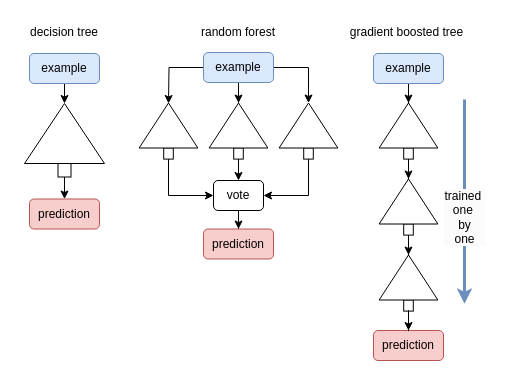
Before: decision-tree.drawio in Zhang-Liao/draw-io, a draw.io diagram. Source tidied: cells renumbered, new cells numbered last; positions are measured from the earlier drawing's top-left corner, leaving out a move shared by most shapes. Both pictures are drawn from the tidied source at 100%, with x=0, y=0 at pixel (17, 17).
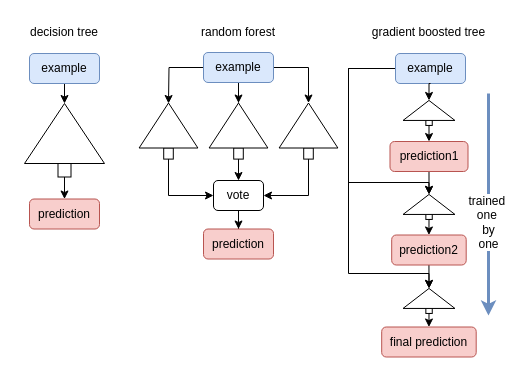
The same diagram, later.

The edit, as a diff of the source:
```diff
@@
-    <mxCell id="14" style="group;" parent="1" vertex="1">
-      <mxGeometry x="361" y="86" width="60" height="55.5" as="geometry" />
-    </mxCell>
-    <mxCell id="15" style="rounded=0;whiteSpace=wrap;html=1;rotation=90;" parent="14" vertex="1">
-      <mxGeometry x="24.4" y="45.2" width="11.2" height="9.6" as="geometry" />
-    </mxCell>
-    <mxCell id="16" style="triangle;whiteSpace=wrap;html=1;rotation=-90;" parent="14" vertex="1">
-      <mxGeometry x="7.5" y="-7.4" width="45" height="58.8" as="geometry" />
-    </mxCell>
-    <mxCell id="17" style="group;" parent="1" vertex="1">
-      <mxGeometry x="361" y="162" width="60" height="55.5" as="geometry" />
-    </mxCell>
-    <mxCell id="18" style="rounded=0;whiteSpace=wrap;html=1;rotation=90;" parent="17" vertex="1">
-      <mxGeometry x="24.4" y="45.2" width="11.2" height="9.6" as="geometry" />
-    </mxCell>
-    <mxCell id="19" style="triangle;whiteSpace=wrap;html=1;rotation=-90;" parent="17" vertex="1">
-      <mxGeometry x="7.5" y="-7.4" width="45" height="58.8" as="geometry" />
-    </mxCell>
-    <mxCell id="20" style="group;" parent="1" vertex="1">
-      <mxGeometry x="361" y="238" width="60" height="55.5" as="geometry" />
-    </mxCell>
-    <mxCell id="21" style="rounded=0;whiteSpace=wrap;html=1;rotation=90;" parent="20" vertex="1">
-      <mxGeometry x="24.4" y="45.2" width="11.2" height="9.6" as="geometry" />
-    </mxCell>
-    <mxCell id="22" style="triangle;whiteSpace=wrap;html=1;rotation=-90;" parent="20" vertex="1">
-      <mxGeometry x="7.5" y="-7.4" width="45" height="58.8" as="geometry" />
-    </mxCell>
@@
-    <mxCell id="37" style="edgeStyle=orthogonalEdgeStyle;rounded=0;jettySize=auto;html=1;entryX=1;entryY=0.5;entryDx=0;entryDy=0;" parent="1" edge="1" source="38" target="16">
-      <mxGeometry relative="1" as="geometry" />
-    </mxCell>
+    <mxCell id="48" style="edgeStyle=orthogonalEdgeStyle;rounded=0;jettySize=auto;html=1;exitX=0;exitY=0.5;exitDx=0;exitDy=0;entryX=1;entryY=0.5;entryDx=0;entryDy=0;" parent="1" edge="1" source="38" target="59">
+      <mxGeometry relative="1" as="geometry">
+        <Array as="points">
+          <mxPoint x="331" y="51" />
+          <mxPoint x="331" y="165" />
+          <mxPoint x="412" y="165" />
+        </Array>
+      </mxGeometry>
+    </mxCell>
+    <mxCell id="49" style="edgeStyle=orthogonalEdgeStyle;rounded=0;jettySize=auto;html=1;exitX=0;exitY=0.5;exitDx=0;exitDy=0;entryX=1;entryY=0.5;entryDx=0;entryDy=0;" parent="1" edge="1" source="38" target="65">
+      <mxGeometry relative="1" as="geometry">
+        <Array as="points">
+          <mxPoint x="331" y="51" />
+          <mxPoint x="331" y="256" />
+        </Array>
+      </mxGeometry>
+    </mxCell>
     <mxCell id="38" value="example" style="rounded=1;whiteSpace=wrap;html=1;fillColor=#dae8fc;strokeColor=#6c8ebf;" parent="1" vertex="1">
-      <mxGeometry x="356" y="36" width="70" height="30" as="geometry" />
+      <mxGeometry x="378" y="36" width="70" height="30" as="geometry" />
     </mxCell>
-    <mxCell id="39" style="edgeStyle=orthogonalEdgeStyle;rounded=0;jettySize=auto;html=1;entryX=1;entryY=0.5;entryDx=0;entryDy=0;" parent="1" edge="1" source="15" target="19">
-      <mxGeometry relative="1" as="geometry" />
-    </mxCell>
-    <mxCell id="40" style="edgeStyle=orthogonalEdgeStyle;rounded=0;jettySize=auto;html=1;entryX=1;entryY=0.5;entryDx=0;entryDy=0;" parent="1" edge="1" source="18" target="22">
-      <mxGeometry relative="1" as="geometry" />
-    </mxCell>
-    <mxCell id="41" value="prediction" style="rounded=1;whiteSpace=wrap;html=1;fillColor=#f8cecc;strokeColor=#b85450;" parent="1" vertex="1">
-      <mxGeometry x="356" y="313" width="70" height="30" as="geometry" />
-    </mxCell>
-    <mxCell id="42" style="edgeStyle=orthogonalEdgeStyle;rounded=0;jettySize=auto;html=1;entryX=0.5;entryY=0;entryDx=0;entryDy=0;" parent="1" edge="1" source="21" target="41">
-      <mxGeometry relative="1" as="geometry" />
-    </mxCell>
@@
     <mxCell id="45" value="gradient boosted tree" style="text;strokeColor=none;align=center;fillColor=none;html=1;verticalAlign=middle;whiteSpace=wrap;rounded=0;" parent="1" vertex="1">
-      <mxGeometry x="321" width="137" height="30" as="geometry" />
+      <mxGeometry x="343" width="137" height="30" as="geometry" />
     </mxCell>
     <mxCell id="46" style="endArrow=classic;html=1;rounded=0;fillColor=#dae8fc;strokeColor=#6c8ebf;strokeWidth=3;" parent="1" edge="1">
       <mxGeometry relative="1" as="geometry">
-        <mxPoint x="447" y="82" as="sourcePoint" />
-        <mxPoint x="447" y="286.2" as="targetPoint" />
+        <mxPoint x="471" y="76" as="sourcePoint" />
+        <mxPoint x="471" y="298.1" as="targetPoint" />
       </mxGeometry>
     </mxCell>
-    <mxCell id="47" value="&lt;span style=&quot;font-size: 12px; text-wrap-mode: wrap; background-color: rgb(251, 251, 251);&quot;&gt;trained&amp;nbsp;&lt;/span&gt;&lt;div style=&quot;font-size: 12px; text-wrap-mode: wrap; background-color: rgb(251, 251, 251);&quot;&gt;one&amp;nbsp;&lt;/div&gt;&lt;div style=&quot;font-size: 12px; text-wrap-mode: wrap; background-color: rgb(251, 251, 251);&quot;&gt;by&lt;/div&gt;&lt;div style=&quot;font-size: 12px; text-wrap-mode: wrap; background-color: rgb(251, 251, 251);&quot;&gt;one&lt;/div&gt;" style="edgeLabel;html=1;align=center;verticalAlign=middle;" parent="46" vertex="1">
+    <mxCell id="47" value="&lt;span style=&quot;font-size: 12px; text-wrap-mode: wrap;&quot;&gt;trained&amp;nbsp;&lt;/span&gt;&lt;div style=&quot;font-size: 12px; text-wrap-mode: wrap;&quot;&gt;one&amp;nbsp;&lt;/div&gt;&lt;div style=&quot;font-size: 12px; text-wrap-mode: wrap;&quot;&gt;by&lt;/div&gt;&lt;div style=&quot;font-size: 12px; text-wrap-mode: wrap;&quot;&gt;one&lt;/div&gt;" style="edgeLabel;html=1;align=center;verticalAlign=middle;labelBackgroundColor=default;" parent="46" vertex="1">
       <mxGeometry x="0.14" y="-1" relative="1" as="geometry">
         <mxPoint y="1" as="offset" />
       </mxGeometry>
     </mxCell>
+    <mxCell id="50" style="edgeStyle=orthogonalEdgeStyle;rounded=0;jettySize=auto;html=1;exitX=0.5;exitY=1;exitDx=0;exitDy=0;entryX=1;entryY=0.5;entryDx=0;entryDy=0;" parent="1" edge="1" source="51" target="59">
+      <mxGeometry relative="1" as="geometry" />
+    </mxCell>
+    <mxCell id="51" value="&lt;div&gt;&lt;span style=&quot;background-color: initial;&quot;&gt;prediction1&lt;/span&gt;&lt;/div&gt;" style="rounded=1;whiteSpace=wrap;html=1;fillColor=#f8cecc;strokeColor=#b85450;" parent="1" vertex="1">
+      <mxGeometry x="372.5" y="124" width="78" height="30" as="geometry" />
+    </mxCell>
+    <mxCell id="52" style="group;" parent="1" vertex="1">
+      <mxGeometry x="385.6" y="82.9" width="51.8" height="25" as="geometry" />
+    </mxCell>
+    <mxCell id="37" style="edgeStyle=orthogonalEdgeStyle;rounded=0;jettySize=auto;html=1;exitX=0.5;exitY=1;exitDx=0;exitDy=0;entryX=1;entryY=0.5;entryDx=0;entryDy=0;" parent="52" edge="1" source="38" target="16">
+      <mxGeometry relative="1" as="geometry" />
+    </mxCell>
+    <mxCell id="15" style="rounded=0;whiteSpace=wrap;html=1;rotation=90;" parent="52" vertex="1">
+      <mxGeometry x="22.2" y="18.1" width="7.5" height="6.4" as="geometry" />
+    </mxCell>
+    <mxCell id="16" style="triangle;whiteSpace=wrap;html=1;rotation=-90;" parent="52" vertex="1">
+      <mxGeometry x="15.9" y="-15.9" width="20" height="51.9" as="geometry" />
+    </mxCell>
+    <mxCell id="53" style="edgeStyle=orthogonalEdgeStyle;rounded=0;jettySize=auto;html=1;exitX=1;exitY=0.25;exitDx=0;exitDy=0;entryX=0.5;entryY=0;entryDx=0;entryDy=0;" parent="1" edge="1" source="15" target="51">
+      <mxGeometry relative="1" as="geometry" />
+    </mxCell>
+    <mxCell id="54" style="edgeStyle=orthogonalEdgeStyle;rounded=0;jettySize=auto;html=1;exitX=0.5;exitY=1;exitDx=0;exitDy=0;entryX=1;entryY=0.5;entryDx=0;entryDy=0;" parent="1" edge="1" source="55" target="65">
+      <mxGeometry relative="1" as="geometry" />
+    </mxCell>
+    <mxCell id="55" value="&lt;div&gt;&lt;span style=&quot;background-color: initial;&quot;&gt;prediction2&lt;/span&gt;&lt;/div&gt;" style="rounded=1;whiteSpace=wrap;html=1;fillColor=#f8cecc;strokeColor=#b85450;" parent="1" vertex="1">
+      <mxGeometry x="374.2" y="217.5" width="74.5" height="30" as="geometry" />
+    </mxCell>
+    <mxCell id="56" style="group;" parent="1" vertex="1">
+      <mxGeometry x="385.6" y="176.9" width="51.8" height="25" as="geometry" />
+    </mxCell>
+    <mxCell id="57" style="edgeStyle=orthogonalEdgeStyle;rounded=0;jettySize=auto;html=1;exitX=0.5;exitY=1;exitDx=0;exitDy=0;entryX=1;entryY=0.5;entryDx=0;entryDy=0;" parent="56" edge="1" target="59">
+      <mxGeometry relative="1" as="geometry" />
+    </mxCell>
+    <mxCell id="58" style="rounded=0;whiteSpace=wrap;html=1;rotation=90;" parent="56" vertex="1">
+      <mxGeometry x="22.2" y="18.1" width="7.5" height="6.4" as="geometry" />
+    </mxCell>
+    <mxCell id="59" style="triangle;whiteSpace=wrap;html=1;rotation=-90;" parent="56" vertex="1">
+      <mxGeometry x="15.9" y="-15.9" width="20" height="51.9" as="geometry" />
+    </mxCell>
+    <mxCell id="60" style="edgeStyle=orthogonalEdgeStyle;rounded=0;jettySize=auto;html=1;exitX=1;exitY=0.25;exitDx=0;exitDy=0;entryX=0.5;entryY=0;entryDx=0;entryDy=0;" parent="1" edge="1" source="58" target="55">
+      <mxGeometry relative="1" as="geometry" />
+    </mxCell>
+    <mxCell id="61" value="&lt;div&gt;final&amp;nbsp;&lt;span style=&quot;background-color: initial;&quot;&gt;prediction&lt;/span&gt;&lt;/div&gt;" style="rounded=1;whiteSpace=wrap;html=1;fillColor=#f8cecc;strokeColor=#b85450;" parent="1" vertex="1">
+      <mxGeometry x="364.2" y="309.5" width="94.5" height="30" as="geometry" />
+    </mxCell>
+    <mxCell id="62" style="group;" parent="1" vertex="1">
+      <mxGeometry x="385.6" y="270.9" width="51.8" height="25" as="geometry" />
+    </mxCell>
+    <mxCell id="63" style="edgeStyle=orthogonalEdgeStyle;rounded=0;jettySize=auto;html=1;exitX=0.5;exitY=1;exitDx=0;exitDy=0;entryX=1;entryY=0.5;entryDx=0;entryDy=0;" parent="62" edge="1" target="65">
+      <mxGeometry relative="1" as="geometry" />
+    </mxCell>
+    <mxCell id="64" style="rounded=0;whiteSpace=wrap;html=1;rotation=90;" parent="62" vertex="1">
+      <mxGeometry x="22.2" y="18.1" width="7.5" height="6.4" as="geometry" />
+    </mxCell>
+    <mxCell id="65" style="triangle;whiteSpace=wrap;html=1;rotation=-90;" parent="62" vertex="1">
+      <mxGeometry x="15.9" y="-15.9" width="20" height="51.9" as="geometry" />
+    </mxCell>
+    <mxCell id="66" style="edgeStyle=orthogonalEdgeStyle;rounded=0;jettySize=auto;html=1;exitX=1;exitY=0.25;exitDx=0;exitDy=0;entryX=0.5;entryY=0;entryDx=0;entryDy=0;" parent="1" edge="1" source="64" target="61">
+      <mxGeometry relative="1" as="geometry" />
+    </mxCell>
```
